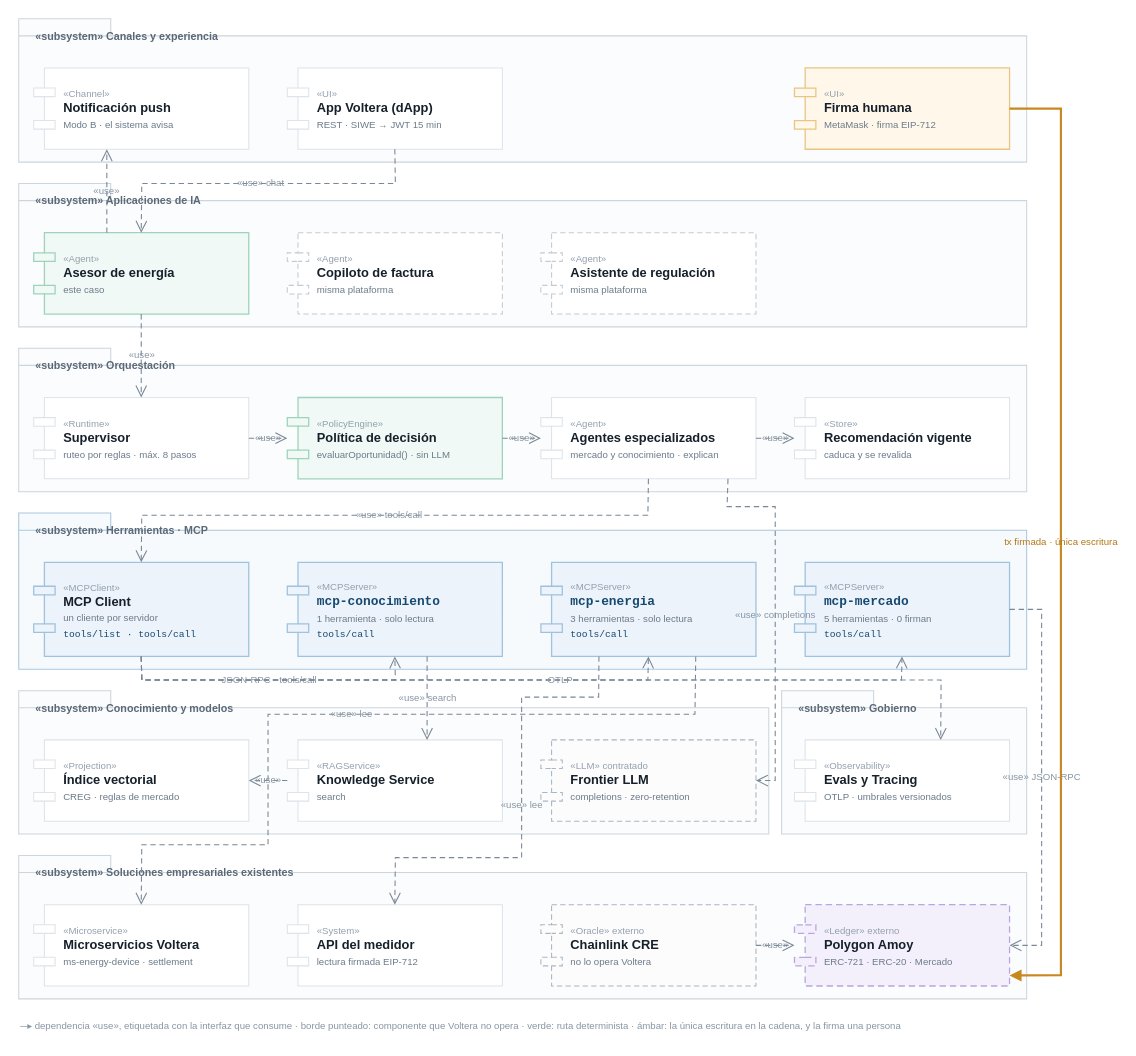
The draw.io diagram arquitectura-componentes.drawio in UniandesArquitectura/voltera-entrega5-doc, before the edit. Source tidied: cells renumbered, new cells numbered last; positions are measured from the earlier drawing's top-left corner, leaving out a move shared by most shapes. Both pictures are drawn from the tidied source at 107%, with x=0, y=0 at pixel (18, 18).
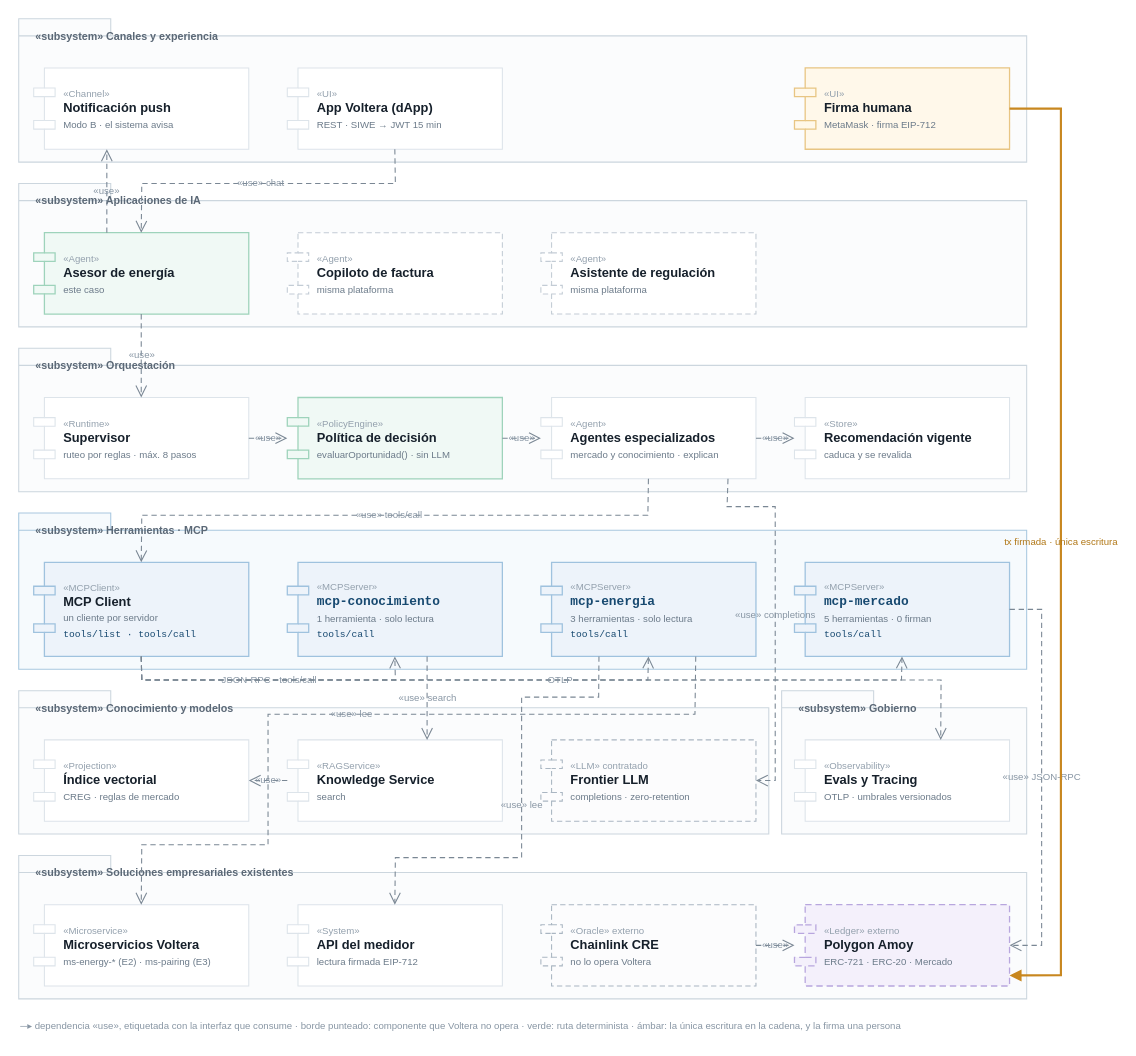
The same diagram, later.

Commit message (it also covers changes not shown here):
alinear con las entregas 2 a 4: el agente recomienda, ms-pairing empareja

Unchanged cells that the change refers to:
```xml
<mxCell id="26" value="«subsystem» Soluciones empresariales existentes" style="shape=folder;html=1;tabWidth=86;tabHeight=16;tabPosition=left;verticalAlign=top;align=left;spacingLeft=14;spacingTop=4;fontSize=10;fontStyle=1;fontColor=#5B6876;fillColor=#FBFCFD;strokeColor=#CCD6DE;" parent="1" vertex="1">
  <mxGeometry y="782" width="942" height="134" as="geometry" />
</mxCell>
```

What changed in the source:
```diff
@@
-    <mxCell id="27" value="&lt;font style=&quot;font-size:9px;color:#93A0AD&quot;&gt;«Microservice»&lt;/font&gt;&lt;br&gt;&lt;b&gt;&lt;font style=&quot;font-size:12px&quot;&gt;Microservicios Voltera&lt;/font&gt;&lt;/b&gt;&lt;br&gt;&lt;font style=&quot;font-size:9px;color:#6B7A89&quot;&gt;ms-energy-device · settlement&lt;/font&gt;" style="shape=component;jettyWidth=20;jettyHeight=8;html=1;whiteSpace=wrap;align=left;spacingLeft=26;verticalAlign=middle;fontSize=12;fontColor=#16202B;fillColor=#FFFFFF;strokeColor=#DDE4EA;strokeWidth=1;" parent="26" vertex="1">
+    <mxCell id="27" value="&lt;font style=&quot;font-size:9px;color:#93A0AD&quot;&gt;«Microservice»&lt;/font&gt;&lt;br&gt;&lt;b&gt;&lt;font style=&quot;font-size:12px&quot;&gt;Microservicios Voltera&lt;/font&gt;&lt;/b&gt;&lt;br&gt;&lt;font style=&quot;font-size:9px;color:#6B7A89&quot;&gt;ms-energy-* (E2) · ms-pairing (E3)&lt;/font&gt;" style="shape=component;jettyWidth=20;jettyHeight=8;html=1;whiteSpace=wrap;align=left;spacingLeft=26;verticalAlign=middle;fontSize=12;fontColor=#16202B;fillColor=#FFFFFF;strokeColor=#DDE4EA;strokeWidth=1;" parent="26" vertex="1">
       <mxGeometry x="14" y="46" width="201" height="76" as="geometry" />
     </mxCell>
```
